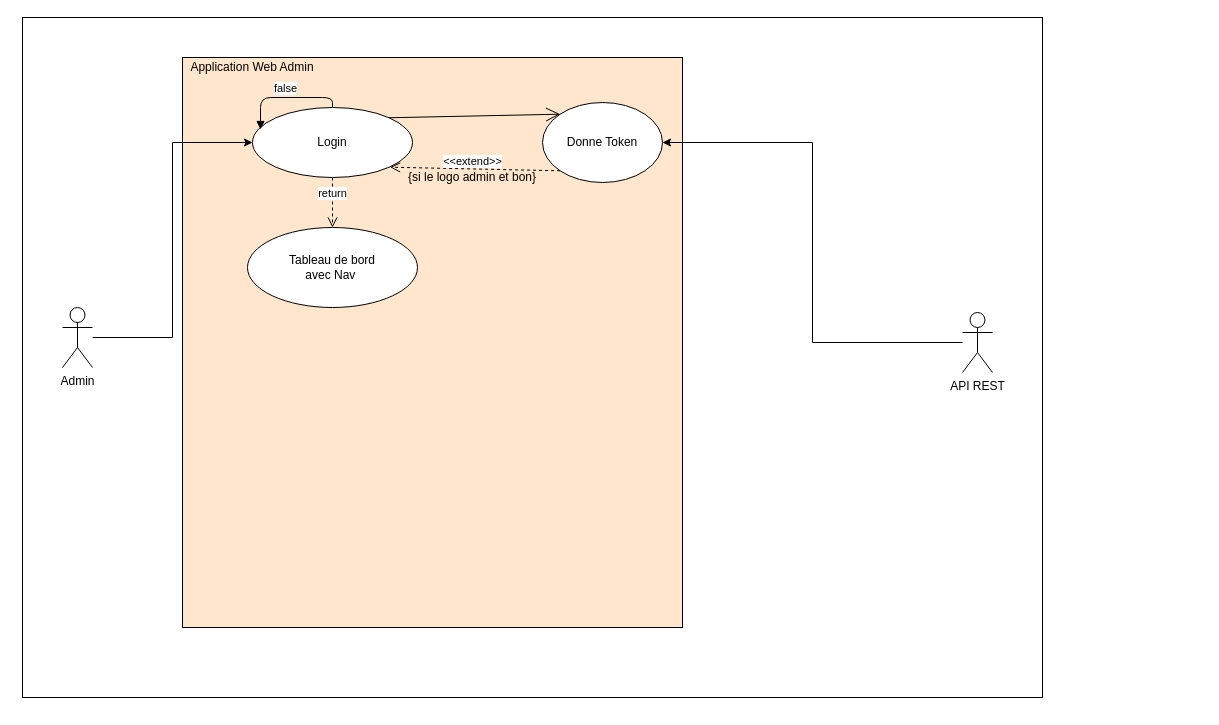
Earlier version of the draw.io diagram UseCaseWebAdmin.drawio (LENSAlex/ProjetIotia). Source tidied: cells renumbered, new cells numbered last; positions are measured from the earlier drawing's top-left corner, leaving out a move shared by most shapes. Both pictures are drawn from the tidied source at 100%, with x=0, y=0 at pixel (22, 17).
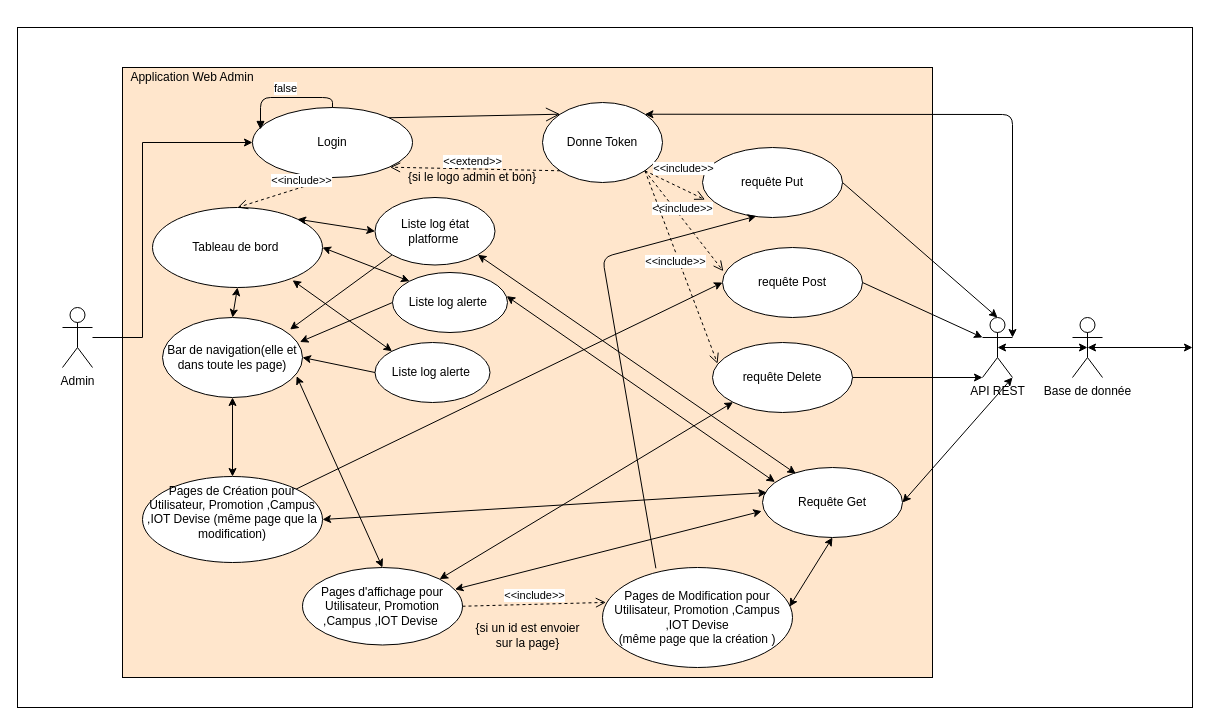
The same diagram, later.

The change refers to these unchanged cells:
```xml
<mxCell id="5" value="Login" style="ellipse;whiteSpace=wrap;html=1;fillColor=#FFFFFF;" parent="1" vertex="1">
  <mxGeometry x="230" y="90" width="160" height="70" as="geometry" />
</mxCell>
<mxCell id="7" value="Admin" style="shape=umlActor;verticalLabelPosition=bottom;verticalAlign=top;html=1;outlineConnect=0;fillColor=#FFFFFF;" parent="1" vertex="1">
  <mxGeometry x="40" y="290" width="30" height="60" as="geometry" />
</mxCell>
<mxCell id="8" value="Donne Token" style="ellipse;whiteSpace=wrap;html=1;fillColor=#FFFFFF;" parent="1" vertex="1">
  <mxGeometry x="520" y="85" width="120" height="80" as="geometry" />
</mxCell>
```

The edit, as a diff of the source:
```diff
@@
     <mxCell id="2" style="rounded=0;whiteSpace=wrap;html=1;fillColor=#FFFFFF;" parent="1" vertex="1">
-      <mxGeometry width="1020" height="680" as="geometry" />
+      <mxGeometry x="-5" y="10" width="1175" height="680" as="geometry" />
     </mxCell>
     <mxCell id="3" style="rounded=0;whiteSpace=wrap;html=1;fillColor=#FFE6CC;" parent="1" vertex="1">
-      <mxGeometry x="160" y="40" width="500" height="570" as="geometry" />
+      <mxGeometry x="100" y="50" width="810" height="610" as="geometry" />
     </mxCell>
     <mxCell id="4" value="Application Web Admin" style="text;html=1;strokeColor=none;fillColor=none;align=center;verticalAlign=middle;whiteSpace=wrap;rounded=0;" parent="1" vertex="1">
-      <mxGeometry x="160" y="40" width="140" height="20" as="geometry" />
+      <mxGeometry x="100" y="50" width="140" height="20" as="geometry" />
     </mxCell>
@@
     <mxCell id="6" style="edgeStyle=orthogonalEdgeStyle;rounded=0;jettySize=auto;html=1;entryX=0;entryY=0.5;entryDx=0;entryDy=0;" parent="1" edge="1" source="7" target="5">
-      <mxGeometry relative="1" as="geometry" />
+      <mxGeometry relative="1" as="geometry">
+        <Array as="points">
+          <mxPoint x="120" y="320" />
+          <mxPoint x="120" y="125" />
+        </Array>
+      </mxGeometry>
     </mxCell>
@@
-    <mxCell id="9" style="edgeStyle=orthogonalEdgeStyle;rounded=0;jettySize=auto;html=1;entryX=1;entryY=0.5;entryDx=0;entryDy=0;" parent="1" edge="1" source="10" target="8">
-      <mxGeometry relative="1" as="geometry" />
-    </mxCell>
     <mxCell id="10" value="API REST" style="shape=umlActor;verticalLabelPosition=bottom;verticalAlign=top;html=1;outlineConnect=0;fillColor=#FFFFFF;" parent="1" vertex="1">
-      <mxGeometry x="940" y="295" width="30" height="60" as="geometry" />
+      <mxGeometry x="960" y="300" width="30" height="60" as="geometry" />
     </mxCell>
@@
-    <mxCell id="15" value="Tableau de bord&lt;br&gt;avec Nav&amp;nbsp;" style="ellipse;whiteSpace=wrap;html=1;fillColor=#FFFFFF;" parent="1" vertex="1">
-      <mxGeometry x="225" y="210" width="170" height="80" as="geometry" />
+    <mxCell id="15" value="Tableau de bord&amp;nbsp;" style="ellipse;whiteSpace=wrap;html=1;fillColor=#FFFFFF;" parent="1" vertex="1">
+      <mxGeometry x="130" y="190" width="170" height="80" as="geometry" />
     </mxCell>
-    <mxCell id="16" value="return" style="html=1;verticalAlign=bottom;endArrow=open;dashed=1;endSize=8;entryX=0.5;entryY=0;entryDx=0;entryDy=0;exitX=0.5;exitY=1;exitDx=0;exitDy=0;" parent="1" edge="1" source="5" target="15">
-      <mxGeometry relative="1" as="geometry" />
+    <mxCell id="16" value="&amp;lt;&amp;lt;include&amp;gt;&amp;gt;" style="html=1;verticalAlign=bottom;endArrow=open;dashed=1;endSize=8;entryX=0.5;entryY=0;entryDx=0;entryDy=0;exitX=0.5;exitY=1;exitDx=0;exitDy=0;" parent="1" edge="1" source="5" target="15">
+      <mxGeometry x="-0.34" y="2" relative="1" as="geometry" />
     </mxCell>
+    <mxCell id="17" value="requête Put" style="ellipse;whiteSpace=wrap;html=1;fillColor=#FFFFFF;" parent="1" vertex="1">
+      <mxGeometry x="680" y="130" width="140" height="70" as="geometry" />
+    </mxCell>
+    <mxCell id="18" value="Liste log alerte&amp;nbsp;" style="ellipse;whiteSpace=wrap;html=1;fillColor=#FFFFFF;" parent="1" vertex="1">
+      <mxGeometry x="370" y="255" width="115" height="60" as="geometry" />
+    </mxCell>
+    <mxCell id="19" value="Pages de Création pour Utilisateur, Promotion ,Campus ,IOT Devise (même page que la modification)&lt;br&gt;&amp;nbsp;" style="ellipse;whiteSpace=wrap;html=1;fillColor=#FFFFFF;" parent="1" vertex="1">
+      <mxGeometry x="120" y="459" width="180" height="86" as="geometry" />
+    </mxCell>
+    <mxCell id="20" value="Liste log état platforme&amp;nbsp;" style="ellipse;whiteSpace=wrap;html=1;fillColor=#FFFFFF;" parent="1" vertex="1">
+      <mxGeometry x="352.5" y="180" width="120" height="67.5" as="geometry" />
+    </mxCell>
+    <mxCell id="21" value="requête Post" style="ellipse;whiteSpace=wrap;html=1;fillColor=#FFFFFF;" parent="1" vertex="1">
+      <mxGeometry x="700" y="230" width="140" height="70" as="geometry" />
+    </mxCell>
+    <mxCell id="22" value="Requête Get" style="ellipse;whiteSpace=wrap;html=1;fillColor=#FFFFFF;" parent="1" vertex="1">
+      <mxGeometry x="740" y="450" width="140" height="70" as="geometry" />
+    </mxCell>
+    <mxCell id="23" value="requête Delete" style="ellipse;whiteSpace=wrap;html=1;fillColor=#FFFFFF;" parent="1" vertex="1">
+      <mxGeometry x="690" y="325" width="140" height="70" as="geometry" />
+    </mxCell>
+    <mxCell id="24" value="&amp;lt;&amp;lt;include&amp;gt;&amp;gt;" style="html=1;verticalAlign=bottom;endArrow=open;dashed=1;endSize=8;exitX=1;exitY=1;exitDx=0;exitDy=0;entryX=0.018;entryY=0.745;entryDx=0;entryDy=0;entryPerimeter=0;" parent="1" edge="1" source="8" target="17">
+      <mxGeometry x="0.15" y="11" relative="1" as="geometry" />
+    </mxCell>
+    <mxCell id="25" value="&amp;lt;&amp;lt;include&amp;gt;&amp;gt;" style="html=1;verticalAlign=bottom;endArrow=open;dashed=1;endSize=8;exitX=1;exitY=1;exitDx=0;exitDy=0;entryX=0.006;entryY=0.338;entryDx=0;entryDy=0;entryPerimeter=0;" parent="1" edge="1" source="8" target="21">
+      <mxGeometry x="-0.06" y="1" relative="1" as="geometry" />
+    </mxCell>
+    <mxCell id="26" value="&amp;lt;&amp;lt;include&amp;gt;&amp;gt;" style="html=1;verticalAlign=bottom;endArrow=open;dashed=1;endSize=8;exitX=1;exitY=1;exitDx=0;exitDy=0;entryX=0.036;entryY=0.302;entryDx=0;entryDy=0;entryPerimeter=0;" parent="1" edge="1" source="8" target="23">
+      <mxGeometry x="0.01" y="-7" relative="1" as="geometry" />
+    </mxCell>
+    <mxCell id="27" style="endArrow=classic;startArrow=classic;html=1;exitX=1;exitY=0;exitDx=0;exitDy=0;entryX=0;entryY=0.5;entryDx=0;entryDy=0;" parent="1" edge="1" source="15" target="20">
+      <mxGeometry relative="1" as="geometry" />
+    </mxCell>
+    <mxCell id="28" style="endArrow=classic;startArrow=classic;html=1;exitX=0;exitY=0;exitDx=0;exitDy=0;entryX=1;entryY=0.5;entryDx=0;entryDy=0;" parent="1" edge="1" source="18" target="15">
+      <mxGeometry relative="1" as="geometry" />
+    </mxCell>
+    <mxCell id="29" style="endArrow=classic;startArrow=classic;html=1;entryX=1;entryY=1;entryDx=0;entryDy=0;exitX=0.238;exitY=0.088;exitDx=0;exitDy=0;exitPerimeter=0;" parent="1" edge="1" source="22" target="20">
+      <mxGeometry relative="1" as="geometry" />
+    </mxCell>
+    <mxCell id="30" style="endArrow=classic;startArrow=classic;html=1;entryX=0.993;entryY=0.394;entryDx=0;entryDy=0;entryPerimeter=0;exitX=0.089;exitY=0.207;exitDx=0;exitDy=0;exitPerimeter=0;" parent="1" edge="1" source="22" target="18">
+      <mxGeometry relative="1" as="geometry" />
+    </mxCell>
+    <mxCell id="31" value="Bar de navigation(elle et dans toute les page)" style="ellipse;whiteSpace=wrap;html=1;fillColor=#FFFFFF;" parent="1" vertex="1">
+      <mxGeometry x="140" y="300" width="140" height="80" as="geometry" />
+    </mxCell>
+    <mxCell id="32" style="endArrow=classic;startArrow=classic;html=1;exitX=0.5;exitY=0;exitDx=0;exitDy=0;entryX=0.5;entryY=1;entryDx=0;entryDy=0;" parent="1" edge="1" source="31" target="15">
+      <mxGeometry relative="1" as="geometry" />
+    </mxCell>
+    <mxCell id="33" value="Liste log alerte&amp;nbsp;" style="ellipse;whiteSpace=wrap;html=1;fillColor=#FFFFFF;" parent="1" vertex="1">
+      <mxGeometry x="352.5" y="325" width="115" height="60" as="geometry" />
+    </mxCell>
+    <mxCell id="34" style="endArrow=classic;startArrow=classic;html=1;exitX=0.824;exitY=0.91;exitDx=0;exitDy=0;exitPerimeter=0;entryX=0;entryY=0;entryDx=0;entryDy=0;" parent="1" edge="1" source="15" target="33">
+      <mxGeometry relative="1" as="geometry" />
+    </mxCell>
+    <mxCell id="35" style="endArrow=classic;html=1;entryX=1;entryY=0.5;entryDx=0;entryDy=0;exitX=0;exitY=0.5;exitDx=0;exitDy=0;" parent="1" edge="1" source="33" target="31">
+      <mxGeometry relative="1" as="geometry" />
+    </mxCell>
+    <mxCell id="36" style="endArrow=classic;html=1;exitX=0;exitY=0.5;exitDx=0;exitDy=0;entryX=0.982;entryY=0.306;entryDx=0;entryDy=0;entryPerimeter=0;" parent="1" edge="1" source="18" target="31">
+      <mxGeometry relative="1" as="geometry" />
+    </mxCell>
+    <mxCell id="37" style="endArrow=classic;html=1;exitX=0;exitY=1;exitDx=0;exitDy=0;entryX=0.911;entryY=0.15;entryDx=0;entryDy=0;entryPerimeter=0;" parent="1" edge="1" source="20" target="31">
+      <mxGeometry relative="1" as="geometry" />
+    </mxCell>
+    <mxCell id="38" value="Pages d'affichage pour Utilisateur, Promotion ,Campus ,IOT Devise&amp;nbsp;" style="ellipse;whiteSpace=wrap;html=1;fillColor=#FFFFFF;" parent="1" vertex="1">
+      <mxGeometry x="280" y="550" width="160" height="77.5" as="geometry" />
+    </mxCell>
+    <mxCell id="39" style="endArrow=classic;startArrow=classic;html=1;exitX=0.953;exitY=0.282;exitDx=0;exitDy=0;exitPerimeter=0;entryX=-0.006;entryY=0.624;entryDx=0;entryDy=0;entryPerimeter=0;" parent="1" edge="1" source="38" target="22">
+      <mxGeometry relative="1" as="geometry" />
+    </mxCell>
+    <mxCell id="40" style="endArrow=classic;startArrow=classic;html=1;exitX=1;exitY=0;exitDx=0;exitDy=0;entryX=0;entryY=1;entryDx=0;entryDy=0;" parent="1" edge="1" source="38" target="23">
+      <mxGeometry relative="1" as="geometry" />
+    </mxCell>
+    <mxCell id="41" value="Pages de Modification pour Utilisateur, Promotion ,Campus ,IOT Devise&lt;br&gt;(même page que la création )" style="ellipse;whiteSpace=wrap;html=1;fillColor=#FFFFFF;" parent="1" vertex="1">
+      <mxGeometry x="580" y="550" width="190" height="100" as="geometry" />
+    </mxCell>
+    <mxCell id="42" style="endArrow=classic;startArrow=classic;html=1;exitX=0.5;exitY=0;exitDx=0;exitDy=0;entryX=0.958;entryY=0.733;entryDx=0;entryDy=0;entryPerimeter=0;" parent="1" edge="1" source="38" target="31">
+      <mxGeometry relative="1" as="geometry" />
+    </mxCell>
+    <mxCell id="43" style="endArrow=classic;startArrow=classic;html=1;exitX=0.5;exitY=0;exitDx=0;exitDy=0;entryX=0.5;entryY=1;entryDx=0;entryDy=0;" parent="1" edge="1" source="19" target="31">
+      <mxGeometry relative="1" as="geometry" />
+    </mxCell>
+    <mxCell id="44" style="endArrow=classic;html=1;exitX=0.281;exitY=0.008;exitDx=0;exitDy=0;exitPerimeter=0;entryX=0.384;entryY=0.98;entryDx=0;entryDy=0;entryPerimeter=0;" parent="1" edge="1" source="41" target="17">
+      <mxGeometry relative="1" as="geometry">
+        <Array as="points">
+          <mxPoint x="580" y="240" />
+        </Array>
+      </mxGeometry>
+    </mxCell>
+    <mxCell id="45" style="endArrow=classic;html=1;exitX=1;exitY=0;exitDx=0;exitDy=0;entryX=0;entryY=0.5;entryDx=0;entryDy=0;" parent="1" edge="1" source="19" target="21">
+      <mxGeometry relative="1" as="geometry" />
+    </mxCell>
+    <mxCell id="46" style="endArrow=classic;startArrow=classic;html=1;exitX=0.984;exitY=0.392;exitDx=0;exitDy=0;exitPerimeter=0;entryX=0.5;entryY=1;entryDx=0;entryDy=0;" parent="1" edge="1" source="41" target="22">
+      <mxGeometry relative="1" as="geometry" />
+    </mxCell>
+    <mxCell id="47" style="endArrow=classic;startArrow=classic;html=1;exitX=1;exitY=0.5;exitDx=0;exitDy=0;entryX=0.031;entryY=0.358;entryDx=0;entryDy=0;entryPerimeter=0;" parent="1" edge="1" source="19" target="22">
+      <mxGeometry relative="1" as="geometry" />
+    </mxCell>
+    <mxCell id="48" value="&amp;lt;&amp;lt;include&amp;gt;&amp;gt;" style="html=1;verticalAlign=bottom;endArrow=open;dashed=1;endSize=8;entryX=0.018;entryY=0.349;entryDx=0;entryDy=0;exitX=1;exitY=0.5;exitDx=0;exitDy=0;entryPerimeter=0;" parent="1" edge="1" source="38" target="41">
+      <mxGeometry relative="1" as="geometry" />
+    </mxCell>
+    <mxCell id="49" value="{si un id est envoier sur la page}" style="text;html=1;strokeColor=none;fillColor=none;align=center;verticalAlign=middle;whiteSpace=wrap;rounded=0;" parent="1" vertex="1">
+      <mxGeometry x="447.5" y="607.5" width="115" height="20" as="geometry" />
+    </mxCell>
+    <mxCell id="50" style="endArrow=classic;startArrow=classic;html=1;entryX=1;entryY=0.3333333333333333;entryDx=0;entryDy=0;entryPerimeter=0;exitX=1;exitY=0;exitDx=0;exitDy=0;" parent="1" edge="1" source="8" target="10">
+      <mxGeometry relative="1" as="geometry">
+        <Array as="points">
+          <mxPoint x="990" y="97" />
+        </Array>
+      </mxGeometry>
+    </mxCell>
+    <mxCell id="51" style="endArrow=classic;startArrow=classic;html=1;entryX=1;entryY=0.5;entryDx=0;entryDy=0;exitX=1;exitY=1;exitDx=0;exitDy=0;exitPerimeter=0;" parent="1" edge="1" source="10" target="22">
+      <mxGeometry relative="1" as="geometry" />
+    </mxCell>
+    <mxCell id="52" style="endArrow=classic;html=1;exitX=1;exitY=0.5;exitDx=0;exitDy=0;entryX=0;entryY=1;entryDx=0;entryDy=0;entryPerimeter=0;" parent="1" edge="1" source="23" target="10">
+      <mxGeometry relative="1" as="geometry" />
+    </mxCell>
+    <mxCell id="53" style="endArrow=classic;html=1;exitX=1;exitY=0.5;exitDx=0;exitDy=0;" parent="1" edge="1" source="21">
+      <mxGeometry relative="1" as="geometry">
+        <mxPoint x="960" y="320" as="targetPoint" />
+      </mxGeometry>
+    </mxCell>
+    <mxCell id="54" style="endArrow=classic;html=1;entryX=0.5;entryY=0;entryDx=0;entryDy=0;entryPerimeter=0;exitX=1;exitY=0.5;exitDx=0;exitDy=0;" parent="1" edge="1" source="17" target="10">
+      <mxGeometry relative="1" as="geometry" />
+    </mxCell>
+    <mxCell id="55" value="Base de donnée" style="shape=umlActor;verticalLabelPosition=bottom;verticalAlign=top;html=1;outlineConnect=0;fillColor=#FFFFFF;" parent="1" vertex="1">
+      <mxGeometry x="1050" y="300" width="30" height="60" as="geometry" />
+    </mxCell>
+    <mxCell id="56" style="endArrow=classic;startArrow=classic;html=1;entryX=0.5;entryY=0.5;entryDx=0;entryDy=0;entryPerimeter=0;exitX=0.5;exitY=0.5;exitDx=0;exitDy=0;exitPerimeter=0;" parent="1" edge="1" source="10" target="55">
+      <mxGeometry relative="1" as="geometry" />
+    </mxCell>
+    <mxCell id="57" style="endArrow=classic;startArrow=classic;html=1;exitX=0.5;exitY=0.5;exitDx=0;exitDy=0;exitPerimeter=0;" parent="1" edge="1" source="55">
+      <mxGeometry relative="1" as="geometry">
+        <mxPoint x="1170" y="330" as="targetPoint" />
+      </mxGeometry>
+    </mxCell>
```
